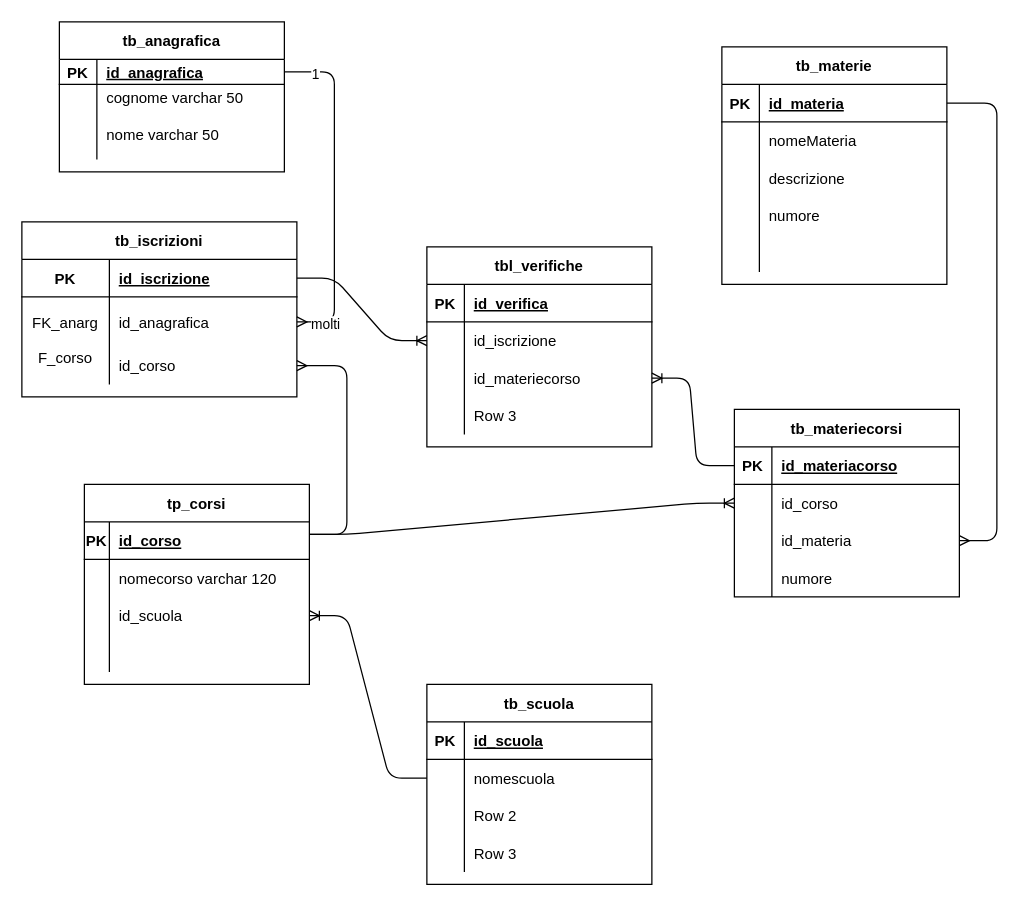
andreabesso/andreabesso keeps this draw.io diagram as Untitled Diagram.drawio. Above is the earlier version. Source tidied: cells renumbered, new cells numbered last; positions are measured from the earlier drawing's top-left corner, leaving out a move shared by most shapes. Both pictures are drawn from the tidied source at 125%, with x=0, y=0 at pixel (21, 21).
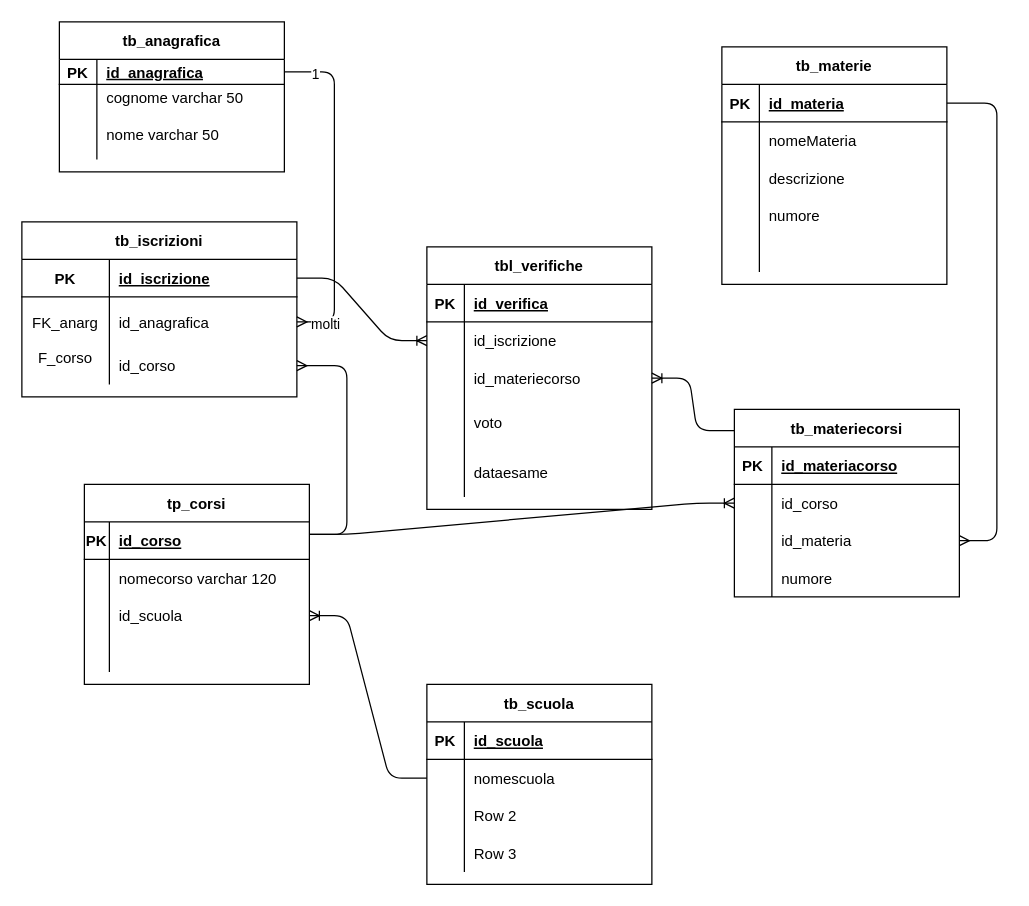
The same page after the edit.

The change refers to these unchanged cells:
```xml
<mxCell id="25" value="tb_materiecorsi" style="shape=table;startSize=30;childLayout=tableLayout;rowLines=0;fontStyle=1;align=center;" parent="1" vertex="1">
  <mxGeometry x="570" y="310" width="180" height="150" as="geometry" />
</mxCell>
<mxCell id="26" style="shape=partialRectangle;fillColor=none;top=0;left=0;bottom=1;right=0;points=[[0,0.5],[1,0.5]];portConstraint=eastwest;" parent="25" vertex="1">
  <mxGeometry y="30" width="180" height="30" as="geometry" />
</mxCell>
<mxCell id="91" style="shape=partialRectangle;fillColor=none;top=0;left=0;bottom=0;right=0;points=[[0,0.5],[1,0.5]];portConstraint=eastwest;" parent="84" vertex="1">
  <mxGeometry y="90" width="180" height="30" as="geometry" />
</mxCell>
```

Diff of the diagram source:
```diff
@@
     <mxCell id="84" value="tbl_verifiche" style="shape=table;startSize=30;childLayout=tableLayout;rowLines=0;fontStyle=1;align=center;" parent="1" vertex="1">
-      <mxGeometry x="324" y="180" width="180" height="160" as="geometry" />
+      <mxGeometry x="324" y="180" width="180" height="210" as="geometry" />
     </mxCell>
@@
+    <mxCell id="99" style="shape=partialRectangle;fillColor=none;top=0;left=0;bottom=0;right=0;" parent="84" vertex="1">
+      <mxGeometry y="120" width="180" height="40" as="geometry" />
+    </mxCell>
+    <mxCell id="100" style="shape=partialRectangle;fillColor=none;top=0;left=0;bottom=0;right=0;overflow=hidden;" parent="99" vertex="1">
+      <mxGeometry width="30" height="40" as="geometry" />
+    </mxCell>
+    <mxCell id="101" value="voto" style="shape=partialRectangle;fillColor=none;top=0;left=0;bottom=0;right=0;align=left;spacingLeft=6;overflow=hidden;" parent="99" vertex="1">
+      <mxGeometry x="30" width="150" height="40" as="geometry" />
+    </mxCell>
     <mxCell id="94" style="shape=partialRectangle;fillColor=none;top=0;left=0;bottom=0;right=0;" parent="84" vertex="1">
-      <mxGeometry y="120" width="180" height="30" as="geometry" />
+      <mxGeometry y="160" width="180" height="40" as="geometry" />
     </mxCell>
     <mxCell id="95" style="shape=partialRectangle;fillColor=none;top=0;left=0;bottom=0;right=0;overflow=hidden;" parent="94" vertex="1">
-      <mxGeometry width="30" height="30" as="geometry" />
+      <mxGeometry width="30" height="40" as="geometry" />
     </mxCell>
-    <mxCell id="96" value="Row 3" style="shape=partialRectangle;fillColor=none;top=0;left=0;bottom=0;right=0;align=left;spacingLeft=6;overflow=hidden;" parent="94" vertex="1">
-      <mxGeometry x="30" width="150" height="30" as="geometry" />
+    <mxCell id="96" value="dataesame" style="shape=partialRectangle;fillColor=none;top=0;left=0;bottom=0;right=0;align=left;spacingLeft=6;overflow=hidden;" parent="94" vertex="1">
+      <mxGeometry x="30" width="150" height="40" as="geometry" />
     </mxCell>
@@
-    <mxCell id="98" style="edgeStyle=entityRelationEdgeStyle;fontSize=12;html=1;endArrow=ERoneToMany;exitX=0;exitY=0.5;exitDx=0;exitDy=0;entryX=1;entryY=0.5;entryDx=0;entryDy=0;" parent="1" edge="1" source="26" target="91">
-      <mxGeometry relative="1" as="geometry" />
-    </mxCell>
+    <mxCell id="102" style="edgeStyle=entityRelationEdgeStyle;fontSize=12;html=1;endArrow=ERoneToMany;exitX=0;exitY=0.113;exitDx=0;exitDy=0;exitPerimeter=0;entryX=1;entryY=0.5;entryDx=0;entryDy=0;" parent="1" edge="1" source="25" target="91">
+      <mxGeometry relative="1" as="geometry" />
+    </mxCell>
```
